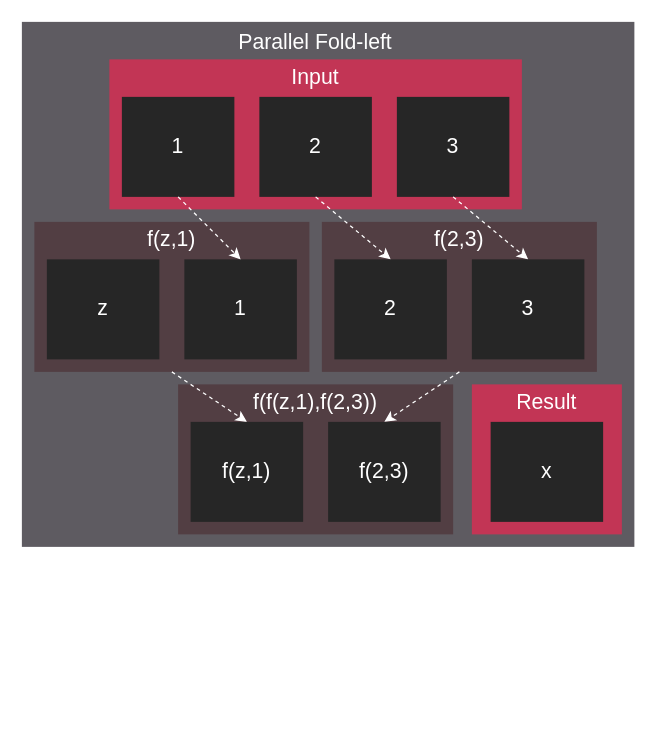
Above: docs/data/tutorial/reduction/parallel_foldl.drawio in StreamHPC/HIP (draw.io), before the change. Source tidied: cells renumbered, new cells numbered last; positions are measured from the earlier drawing's top-left corner, leaving out a move shared by most shapes. Both pictures are drawn from the tidied source at 125%, with x=0, y=0 at pixel (21, 21).
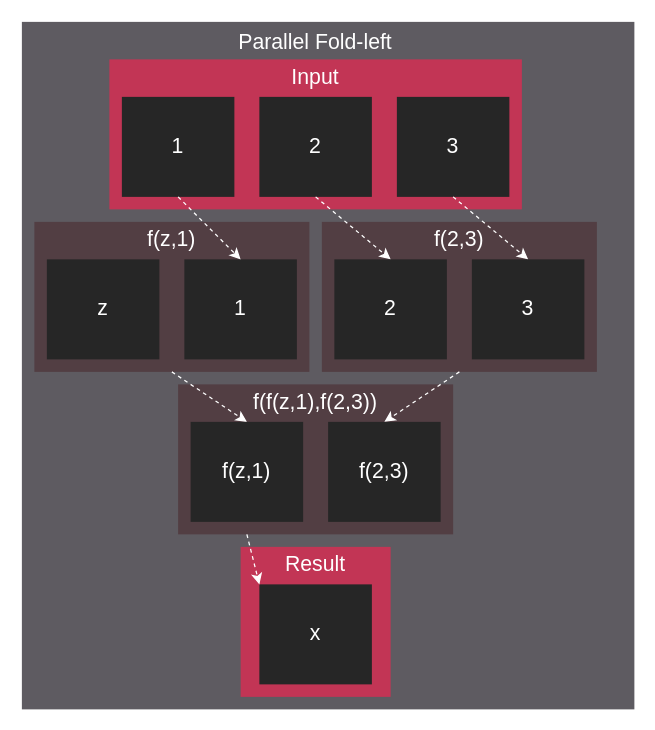
The same diagram, later.

The change refers to these unchanged cells:
```xml
<mxCell id="25" style="rounded=0;whiteSpace=wrap;html=1;fillColor=#523E43;fontColor=#FFFFFF;strokeColor=none;" parent="1" vertex="1">
  <mxGeometry x="125" y="290" width="220" height="120" as="geometry" />
</mxCell>
```

Diff of the diagram source:
```diff
@@
     <mxCell id="2" style="rounded=0;whiteSpace=wrap;html=1;fillColor=#5E5B61;fontColor=#FFFFFF;strokeColor=none;spacing=0;" parent="1" vertex="1">
-      <mxGeometry width="490" height="420" as="geometry" />
+      <mxGeometry width="490" height="550" as="geometry" />
     </mxCell>
@@
     <mxCell id="31" style="rounded=0;whiteSpace=wrap;html=1;fillColor=#C23555;fontColor=#FFFFFF;strokeColor=none;" parent="1" vertex="1">
-      <mxGeometry x="360" y="290" width="120" height="120" as="geometry" />
+      <mxGeometry x="175" y="420" width="120" height="120" as="geometry" />
     </mxCell>
     <mxCell id="32" value="&lt;font face=&quot;Klavika&quot; style=&quot;font-size: 17px;&quot;&gt;Result&lt;/font&gt;" style="text;html=1;strokeColor=none;fillColor=none;align=center;verticalAlign=middle;whiteSpace=wrap;rounded=0;fontSize=17;fontColor=#FFFFFF;" parent="1" vertex="1">
-      <mxGeometry x="390" y="290" width="60" height="30" as="geometry" />
+      <mxGeometry x="205" y="420" width="60" height="30" as="geometry" />
     </mxCell>
     <mxCell id="33" style="rounded=0;whiteSpace=wrap;html=1;fillColor=#262626;fontColor=#FFFFFF;strokeColor=none;" parent="1" vertex="1">
-      <mxGeometry x="375" y="320" width="90" height="80" as="geometry" />
+      <mxGeometry x="190" y="450" width="90" height="80" as="geometry" />
     </mxCell>
     <mxCell id="34" value="x" style="text;html=1;strokeColor=none;fillColor=none;align=center;verticalAlign=middle;whiteSpace=wrap;rounded=0;fontFamily=Klavika;fontSize=17;fontColor=#FFFFFF;" parent="1" vertex="1">
-      <mxGeometry x="390" y="345" width="60" height="30" as="geometry" />
+      <mxGeometry x="205" y="475" width="60" height="30" as="geometry" />
     </mxCell>
@@
+    <mxCell id="39" style="endArrow=classic;html=1;dashed=1;strokeColor=#FFFFFF;fontColor=#FFFFFF;entryX=0;entryY=0;entryDx=0;entryDy=0;exitX=0.25;exitY=1;exitDx=0;exitDy=0;" parent="1" edge="1" source="25" target="33">
+      <mxGeometry relative="1" as="geometry" />
+    </mxCell>
```
